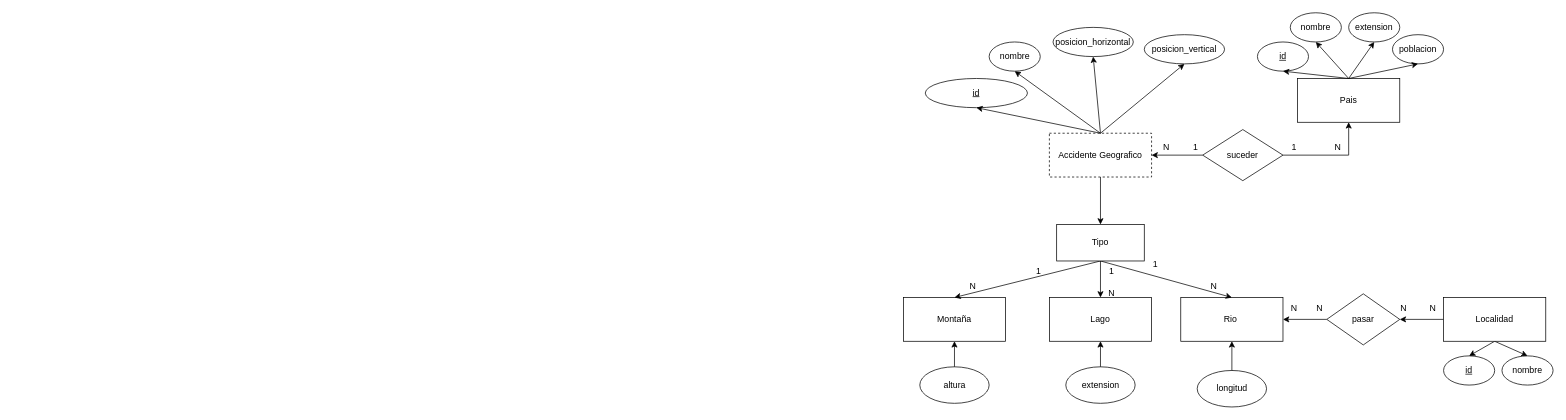
The draw.io diagram ej11.drawio in adriii28/amr-tsys-C3U12-11102023, before the edit. Source tidied: cells renumbered, new cells numbered last; positions are measured from the earlier drawing's top-left corner, leaving out a move shared by most shapes. Both pictures are drawn from the tidied source at 73%, with x=0, y=0 at pixel (903, 12).
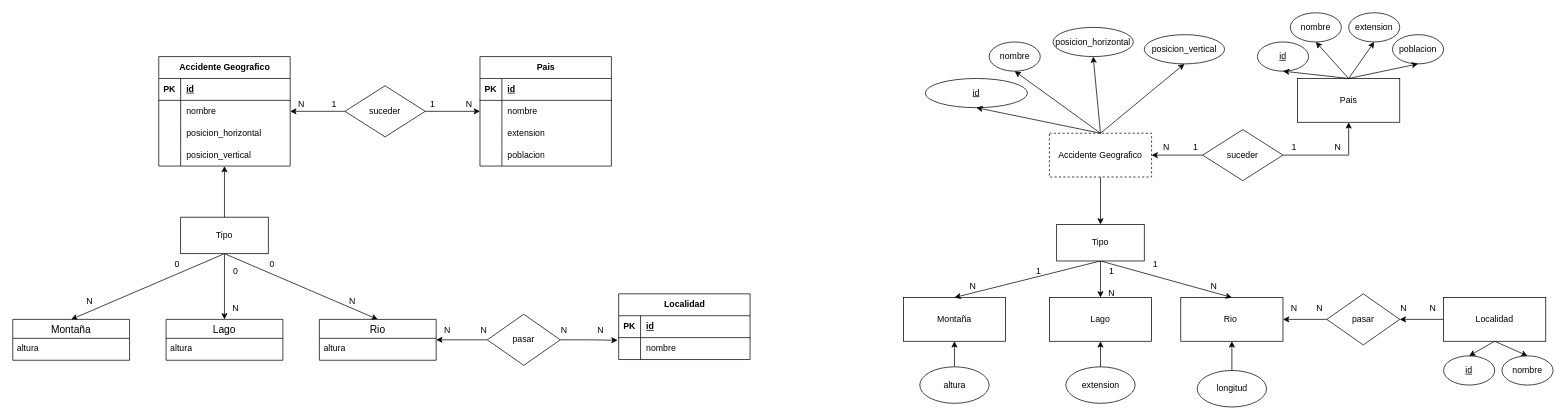
After the change.

Change to the diagram source:
```diff
@@
+    <mxCell id="59" value="Accidente Geografico" style="shape=table;startSize=30;childLayout=tableLayout;rowLines=0;fontStyle=1;align=center;html=1;" parent="1" vertex="1">
+      <mxGeometry x="-1020" y="60" width="180" height="150" as="geometry" />
+    </mxCell>
+    <mxCell id="60" style="shape=tableRow;horizontal=0;startSize=0;swimlaneHead=0;swimlaneBody=0;fillColor=none;top=0;left=0;right=0;bottom=1;" parent="59" vertex="1">
+      <mxGeometry y="30" width="180" height="30" as="geometry" />
+    </mxCell>
+    <mxCell id="61" value="PK" style="shape=partialRectangle;fillColor=none;top=0;left=0;bottom=0;right=0;fontStyle=1;overflow=hidden;whiteSpace=wrap;html=1;" parent="60" vertex="1">
+      <mxGeometry width="30" height="30" as="geometry" />
+    </mxCell>
+    <mxCell id="62" value="id" style="shape=partialRectangle;fillColor=none;top=0;left=0;bottom=0;right=0;align=left;spacingLeft=6;fontStyle=5;overflow=hidden;whiteSpace=wrap;html=1;" parent="60" vertex="1">
+      <mxGeometry x="30" width="150" height="30" as="geometry" />
+    </mxCell>
+    <mxCell id="63" style="shape=tableRow;horizontal=0;startSize=0;swimlaneHead=0;swimlaneBody=0;fillColor=none;points=[[0,0.5],[1,0.5]];portConstraint=eastwest;top=0;left=0;right=0;bottom=0;" parent="59" vertex="1">
+      <mxGeometry y="60" width="180" height="30" as="geometry" />
+    </mxCell>
+    <mxCell id="64" style="shape=partialRectangle;fillColor=none;top=0;left=0;bottom=0;right=0;overflow=hidden;whiteSpace=wrap;html=1;" parent="63" vertex="1">
+      <mxGeometry width="30" height="30" as="geometry" />
+    </mxCell>
+    <mxCell id="65" value="nombre" style="shape=partialRectangle;fillColor=none;top=0;left=0;bottom=0;right=0;align=left;spacingLeft=6;overflow=hidden;whiteSpace=wrap;html=1;" parent="63" vertex="1">
+      <mxGeometry x="30" width="150" height="30" as="geometry" />
+    </mxCell>
+    <mxCell id="66" style="shape=tableRow;horizontal=0;startSize=0;swimlaneHead=0;swimlaneBody=0;fillColor=none;top=0;left=0;right=0;bottom=0;" parent="59" vertex="1">
+      <mxGeometry y="90" width="180" height="30" as="geometry" />
+    </mxCell>
+    <mxCell id="67" style="shape=partialRectangle;fillColor=none;top=0;left=0;bottom=0;right=0;overflow=hidden;whiteSpace=wrap;html=1;" parent="66" vertex="1">
+      <mxGeometry width="30" height="30" as="geometry" />
+    </mxCell>
+    <mxCell id="68" value="posicion_horizontal" style="shape=partialRectangle;fillColor=none;top=0;left=0;bottom=0;right=0;align=left;spacingLeft=6;overflow=hidden;whiteSpace=wrap;html=1;" parent="66" vertex="1">
+      <mxGeometry x="30" width="150" height="30" as="geometry" />
+    </mxCell>
+    <mxCell id="69" style="shape=tableRow;horizontal=0;startSize=0;swimlaneHead=0;swimlaneBody=0;fillColor=none;points=[[0,0.5],[1,0.5]];portConstraint=eastwest;top=0;left=0;right=0;bottom=0;" parent="59" vertex="1">
+      <mxGeometry y="120" width="180" height="30" as="geometry" />
+    </mxCell>
+    <mxCell id="70" style="shape=partialRectangle;fillColor=none;top=0;left=0;bottom=0;right=0;overflow=hidden;whiteSpace=wrap;html=1;" parent="69" vertex="1">
+      <mxGeometry width="30" height="30" as="geometry" />
+    </mxCell>
+    <mxCell id="71" value="posicion_vertical" style="shape=partialRectangle;fillColor=none;top=0;left=0;bottom=0;right=0;align=left;spacingLeft=6;overflow=hidden;whiteSpace=wrap;html=1;" parent="69" vertex="1">
+      <mxGeometry x="30" width="150" height="30" as="geometry" />
+    </mxCell>
+    <mxCell id="72" value="Pais" style="shape=table;startSize=30;childLayout=tableLayout;rowLines=0;fontStyle=1;align=center;html=1;" parent="1" vertex="1">
+      <mxGeometry x="-580" y="60" width="180" height="150" as="geometry" />
+    </mxCell>
+    <mxCell id="73" style="shape=tableRow;horizontal=0;startSize=0;swimlaneHead=0;swimlaneBody=0;fillColor=none;top=0;left=0;right=0;bottom=1;" parent="72" vertex="1">
+      <mxGeometry y="30" width="180" height="30" as="geometry" />
+    </mxCell>
+    <mxCell id="74" value="PK" style="shape=partialRectangle;fillColor=none;top=0;left=0;bottom=0;right=0;fontStyle=1;overflow=hidden;whiteSpace=wrap;html=1;" parent="73" vertex="1">
+      <mxGeometry width="30" height="30" as="geometry" />
+    </mxCell>
+    <mxCell id="75" value="id" style="shape=partialRectangle;fillColor=none;top=0;left=0;bottom=0;right=0;align=left;spacingLeft=6;fontStyle=5;overflow=hidden;whiteSpace=wrap;html=1;" parent="73" vertex="1">
+      <mxGeometry x="30" width="150" height="30" as="geometry" />
+    </mxCell>
+    <mxCell id="76" style="shape=tableRow;horizontal=0;startSize=0;swimlaneHead=0;swimlaneBody=0;fillColor=none;top=0;left=0;right=0;bottom=0;" parent="72" vertex="1">
+      <mxGeometry y="60" width="180" height="30" as="geometry" />
+    </mxCell>
+    <mxCell id="77" style="shape=partialRectangle;fillColor=none;top=0;left=0;bottom=0;right=0;overflow=hidden;whiteSpace=wrap;html=1;" parent="76" vertex="1">
+      <mxGeometry width="30" height="30" as="geometry" />
+    </mxCell>
+    <mxCell id="78" value="nombre" style="shape=partialRectangle;fillColor=none;top=0;left=0;bottom=0;right=0;align=left;spacingLeft=6;overflow=hidden;whiteSpace=wrap;html=1;" parent="76" vertex="1">
+      <mxGeometry x="30" width="150" height="30" as="geometry" />
+    </mxCell>
+    <mxCell id="79" style="shape=tableRow;horizontal=0;startSize=0;swimlaneHead=0;swimlaneBody=0;fillColor=none;top=0;left=0;right=0;bottom=0;" parent="72" vertex="1">
+      <mxGeometry y="90" width="180" height="30" as="geometry" />
+    </mxCell>
+    <mxCell id="80" style="shape=partialRectangle;fillColor=none;top=0;left=0;bottom=0;right=0;overflow=hidden;whiteSpace=wrap;html=1;" parent="79" vertex="1">
+      <mxGeometry width="30" height="30" as="geometry" />
+    </mxCell>
+    <mxCell id="81" value="extension" style="shape=partialRectangle;fillColor=none;top=0;left=0;bottom=0;right=0;align=left;spacingLeft=6;overflow=hidden;whiteSpace=wrap;html=1;" parent="79" vertex="1">
+      <mxGeometry x="30" width="150" height="30" as="geometry" />
+    </mxCell>
+    <mxCell id="82" style="shape=tableRow;horizontal=0;startSize=0;swimlaneHead=0;swimlaneBody=0;fillColor=none;top=0;left=0;right=0;bottom=0;" parent="72" vertex="1">
+      <mxGeometry y="120" width="180" height="30" as="geometry" />
+    </mxCell>
+    <mxCell id="83" style="shape=partialRectangle;fillColor=none;top=0;left=0;bottom=0;right=0;overflow=hidden;whiteSpace=wrap;html=1;" parent="82" vertex="1">
+      <mxGeometry width="30" height="30" as="geometry" />
+    </mxCell>
+    <mxCell id="84" value="poblacion" style="shape=partialRectangle;fillColor=none;top=0;left=0;bottom=0;right=0;align=left;spacingLeft=6;overflow=hidden;whiteSpace=wrap;html=1;" parent="82" vertex="1">
+      <mxGeometry x="30" width="150" height="30" as="geometry" />
+    </mxCell>
+    <mxCell id="85" style="rounded=0;jettySize=auto;html=1;exitX=0.5;exitY=1;exitDx=0;exitDy=0;entryX=0.5;entryY=0;entryDx=0;entryDy=0;" parent="1" edge="1" source="88" target="89">
+      <mxGeometry relative="1" as="geometry" />
+    </mxCell>
+    <mxCell id="86" style="edgeStyle=orthogonalEdgeStyle;rounded=0;jettySize=auto;html=1;entryX=0.5;entryY=0;entryDx=0;entryDy=0;" parent="1" edge="1" source="88" target="91">
+      <mxGeometry relative="1" as="geometry" />
+    </mxCell>
+    <mxCell id="87" style="rounded=0;jettySize=auto;html=1;exitX=0.5;exitY=1;exitDx=0;exitDy=0;entryX=0.5;entryY=0;entryDx=0;entryDy=0;" parent="1" edge="1" source="88" target="93">
+      <mxGeometry relative="1" as="geometry" />
+    </mxCell>
+    <mxCell id="88" value="Tipo" style="rounded=0;whiteSpace=wrap;html=1;" parent="1" vertex="1">
+      <mxGeometry x="-990" y="280" width="120" height="50" as="geometry" />
+    </mxCell>
+    <mxCell id="89" value="Montaña" style="swimlane;fontStyle=0;horizontal=1;startSize=26;align=center;fontSize=14;" parent="1" vertex="1">
+      <mxGeometry x="-1220" y="420" width="160" height="56" as="geometry" />
+    </mxCell>
+    <mxCell id="90" value="altura" style="text;strokeColor=none;fillColor=none;spacingLeft=4;spacingRight=4;overflow=hidden;fontSize=12;whiteSpace=wrap;html=1;" parent="89" vertex="1">
+      <mxGeometry y="26" width="160" height="30" as="geometry" />
+    </mxCell>
+    <mxCell id="91" value="Lago" style="swimlane;fontStyle=0;horizontal=1;startSize=26;align=center;fontSize=14;" parent="1" vertex="1">
+      <mxGeometry x="-1010" y="420" width="160" height="56" as="geometry" />
+    </mxCell>
+    <mxCell id="92" value="altura" style="text;strokeColor=none;fillColor=none;spacingLeft=4;spacingRight=4;overflow=hidden;fontSize=12;whiteSpace=wrap;html=1;" parent="91" vertex="1">
+      <mxGeometry y="26" width="160" height="30" as="geometry" />
+    </mxCell>
+    <mxCell id="93" value="Rio" style="swimlane;fontStyle=0;horizontal=1;startSize=26;align=center;fontSize=14;" parent="1" vertex="1">
+      <mxGeometry x="-800" y="420" width="160" height="56" as="geometry" />
+    </mxCell>
+    <mxCell id="94" value="altura" style="text;strokeColor=none;fillColor=none;spacingLeft=4;spacingRight=4;overflow=hidden;fontSize=12;whiteSpace=wrap;html=1;" parent="93" vertex="1">
+      <mxGeometry y="26" width="160" height="30" as="geometry" />
+    </mxCell>
+    <mxCell id="95" style="edgeStyle=orthogonalEdgeStyle;rounded=0;jettySize=auto;html=1;entryX=0.5;entryY=1;entryDx=0;entryDy=0;entryPerimeter=0;" parent="1" edge="1" source="88" target="69">
+      <mxGeometry relative="1" as="geometry" />
+    </mxCell>
+    <mxCell id="96" value="0" style="text;html=1;align=center;verticalAlign=middle;strokeColor=none;fillColor=none;" parent="1" vertex="1">
+      <mxGeometry x="-1010" y="330" width="30" height="30" as="geometry" />
+    </mxCell>
+    <mxCell id="97" value="0" style="text;html=1;align=center;verticalAlign=middle;strokeColor=none;fillColor=none;" parent="1" vertex="1">
+      <mxGeometry x="-930" y="340" width="30" height="30" as="geometry" />
+    </mxCell>
+    <mxCell id="98" value="0" style="text;html=1;align=center;verticalAlign=middle;strokeColor=none;fillColor=none;" parent="1" vertex="1">
+      <mxGeometry x="-880" y="330" width="30" height="30" as="geometry" />
+    </mxCell>
+    <mxCell id="99" value="N" style="text;html=1;align=center;verticalAlign=middle;strokeColor=none;fillColor=none;" parent="1" vertex="1">
+      <mxGeometry x="-770" y="380" width="30" height="30" as="geometry" />
+    </mxCell>
+    <mxCell id="100" value="N" style="text;html=1;align=center;verticalAlign=middle;strokeColor=none;fillColor=none;" parent="1" vertex="1">
+      <mxGeometry x="-930" y="390" width="30" height="30" as="geometry" />
+    </mxCell>
+    <mxCell id="101" value="N" style="text;html=1;align=center;verticalAlign=middle;strokeColor=none;fillColor=none;" parent="1" vertex="1">
+      <mxGeometry x="-1130" y="380" width="30" height="30" as="geometry" />
+    </mxCell>
+    <mxCell id="102" style="edgeStyle=orthogonalEdgeStyle;rounded=0;jettySize=auto;html=1;entryX=1;entryY=0.5;entryDx=0;entryDy=0;" parent="1" edge="1" source="104" target="63">
+      <mxGeometry relative="1" as="geometry" />
+    </mxCell>
+    <mxCell id="103" style="edgeStyle=orthogonalEdgeStyle;rounded=0;jettySize=auto;html=1;entryX=0;entryY=0.5;entryDx=0;entryDy=0;" parent="1" edge="1" source="104" target="72">
+      <mxGeometry relative="1" as="geometry" />
+    </mxCell>
+    <mxCell id="104" value="suceder" style="rhombus;whiteSpace=wrap;html=1;" parent="1" vertex="1">
+      <mxGeometry x="-765" y="100" width="110" height="70" as="geometry" />
+    </mxCell>
+    <mxCell id="105" value="N" style="text;html=1;align=center;verticalAlign=middle;strokeColor=none;fillColor=none;" parent="1" vertex="1">
+      <mxGeometry x="-840" y="110" width="30" height="30" as="geometry" />
+    </mxCell>
+    <mxCell id="106" value="N" style="text;html=1;align=center;verticalAlign=middle;strokeColor=none;fillColor=none;" parent="1" vertex="1">
+      <mxGeometry x="-610" y="110" width="30" height="30" as="geometry" />
+    </mxCell>
+    <mxCell id="107" value="1" style="text;html=1;align=center;verticalAlign=middle;strokeColor=none;fillColor=none;" parent="1" vertex="1">
+      <mxGeometry x="-795" y="110" width="30" height="30" as="geometry" />
+    </mxCell>
+    <mxCell id="108" value="1" style="text;html=1;align=center;verticalAlign=middle;strokeColor=none;fillColor=none;" parent="1" vertex="1">
+      <mxGeometry x="-660" y="110" width="30" height="30" as="geometry" />
+    </mxCell>
+    <mxCell id="109" style="edgeStyle=orthogonalEdgeStyle;rounded=0;jettySize=auto;html=1;exitX=0;exitY=0.5;exitDx=0;exitDy=0;entryX=1;entryY=0.5;entryDx=0;entryDy=0;" parent="1" edge="1" source="110" target="93">
+      <mxGeometry relative="1" as="geometry" />
+    </mxCell>
+    <mxCell id="110" value="pasar" style="rhombus;whiteSpace=wrap;html=1;" parent="1" vertex="1">
+      <mxGeometry x="-570" y="413" width="100" height="70" as="geometry" />
+    </mxCell>
+    <mxCell id="111" value="Localidad" style="shape=table;startSize=30;childLayout=tableLayout;rowLines=0;fontStyle=1;align=center;html=1;" parent="1" vertex="1">
+      <mxGeometry x="-390" y="385" width="180" height="90" as="geometry" />
+    </mxCell>
+    <mxCell id="112" style="shape=tableRow;horizontal=0;startSize=0;swimlaneHead=0;swimlaneBody=0;fillColor=none;points=[[0,0.5],[1,0.5]];portConstraint=eastwest;top=0;left=0;right=0;bottom=1;" parent="111" vertex="1">
+      <mxGeometry y="30" width="180" height="30" as="geometry" />
+    </mxCell>
+    <mxCell id="113" value="PK" style="shape=partialRectangle;fillColor=none;top=0;left=0;bottom=0;right=0;fontStyle=1;overflow=hidden;whiteSpace=wrap;html=1;" parent="112" vertex="1">
+      <mxGeometry width="30" height="30" as="geometry" />
+    </mxCell>
+    <mxCell id="114" value="id" style="shape=partialRectangle;fillColor=none;top=0;left=0;bottom=0;right=0;align=left;spacingLeft=6;fontStyle=5;overflow=hidden;whiteSpace=wrap;html=1;" parent="112" vertex="1">
+      <mxGeometry x="30" width="150" height="30" as="geometry" />
+    </mxCell>
+    <mxCell id="115" style="shape=tableRow;horizontal=0;startSize=0;swimlaneHead=0;swimlaneBody=0;fillColor=none;top=0;left=0;right=0;bottom=0;" parent="111" vertex="1">
+      <mxGeometry y="60" width="180" height="30" as="geometry" />
+    </mxCell>
+    <mxCell id="116" style="shape=partialRectangle;fillColor=none;top=0;left=0;bottom=0;right=0;overflow=hidden;whiteSpace=wrap;html=1;" parent="115" vertex="1">
+      <mxGeometry width="30" height="30" as="geometry" />
+    </mxCell>
+    <mxCell id="117" value="nombre" style="shape=partialRectangle;fillColor=none;top=0;left=0;bottom=0;right=0;align=left;spacingLeft=6;overflow=hidden;whiteSpace=wrap;html=1;" parent="115" vertex="1">
+      <mxGeometry x="30" width="150" height="30" as="geometry" />
+    </mxCell>
+    <mxCell id="118" style="edgeStyle=orthogonalEdgeStyle;rounded=0;jettySize=auto;html=1;entryX=-0.008;entryY=1.122;entryDx=0;entryDy=0;entryPerimeter=0;" parent="1" edge="1" source="110" target="112">
+      <mxGeometry relative="1" as="geometry" />
+    </mxCell>
+    <mxCell id="119" value="&lt;div&gt;N&lt;/div&gt;" style="text;html=1;align=center;verticalAlign=middle;strokeColor=none;fillColor=none;" parent="1" vertex="1">
+      <mxGeometry x="-480" y="420" width="30" height="30" as="geometry" />
+    </mxCell>
+    <mxCell id="120" value="&lt;div&gt;N&lt;/div&gt;" style="text;html=1;align=center;verticalAlign=middle;strokeColor=none;fillColor=none;" parent="1" vertex="1">
+      <mxGeometry x="-430" y="420" width="30" height="30" as="geometry" />
+    </mxCell>
+    <mxCell id="121" value="&lt;div&gt;N&lt;/div&gt;" style="text;html=1;align=center;verticalAlign=middle;strokeColor=none;fillColor=none;" parent="1" vertex="1">
+      <mxGeometry x="-640" y="420" width="30" height="30" as="geometry" />
+    </mxCell>
+    <mxCell id="122" value="&lt;div&gt;N&lt;/div&gt;" style="text;html=1;align=center;verticalAlign=middle;strokeColor=none;fillColor=none;" parent="1" vertex="1">
+      <mxGeometry x="-590" y="420" width="30" height="30" as="geometry" />
+    </mxCell>
```
